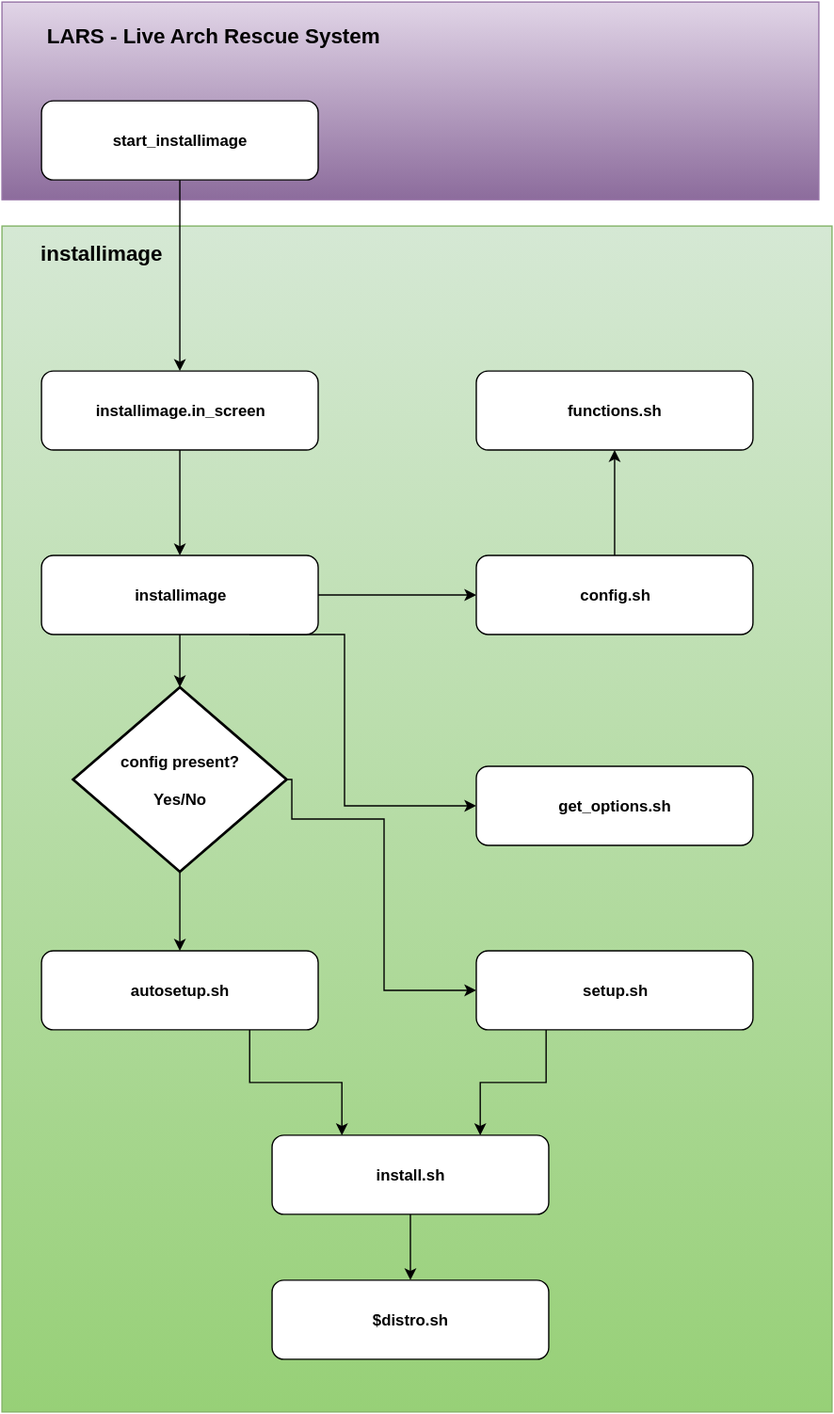
virtapi/installimage keeps this draw.io diagram as installimage-workflow.svg. Above is the earlier version. Source tidied: cells renumbered, new cells last; positions are measured from the earlier drawing's top-left corner, leaving out a move shared by most shapes.
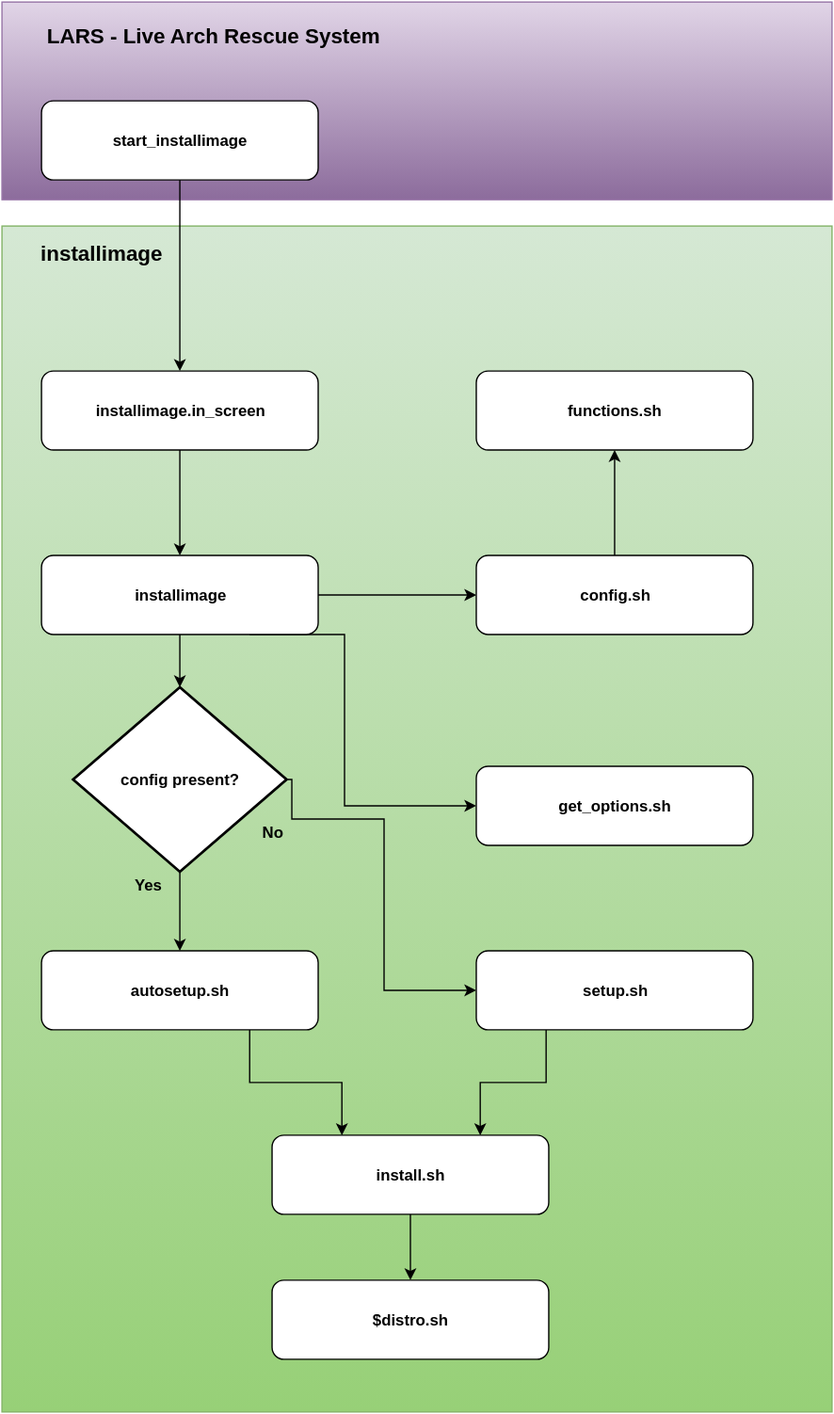
The same file after the commit.

Commit message:
adjust width

Diff of the diagram source:
```diff
@@ -3,7 +3,7 @@
     <mxCell id="0" />
     <mxCell id="1" parent="0" />
     <mxCell id="2" style="whiteSpace=wrap;html=1;plain-purple;" parent="1" vertex="1">
-      <mxGeometry width="620" height="150" as="geometry" />
+      <mxGeometry width="630" height="150" as="geometry" />
     </mxCell>
     <mxCell id="3" value="&lt;b&gt;&lt;font style=&quot;font-size: 16px&quot;&gt;LARS - Live Arch Rescue System&lt;/font&gt;&lt;/b&gt;" style="text;html=1;strokeColor=none;fillColor=none;align=center;verticalAlign=middle;whiteSpace=wrap;overflow=hidden;" parent="1" vertex="1">
       <mxGeometry width="320" height="50" as="geometry" />
@@ -70,7 +70,7 @@
     <mxCell id="20" style="edgeStyle=orthogonalEdgeStyle;rounded=0;html=1;exitX=0.5;exitY=1;exitPerimeter=0;entryX=0.5;entryY=0;jettySize=auto;" parent="1" edge="1" source="21" target="23">
       <mxGeometry relative="1" as="geometry" />
     </mxCell>
-    <mxCell id="21" value="&lt;b&gt;config present?&lt;/b&gt;&lt;div&gt;&lt;b&gt;&lt;br&gt;&lt;/b&gt;&lt;/div&gt;&lt;div&gt;&lt;b style=&quot;line-height: 1.2&quot;&gt;Yes/No&lt;/b&gt;&lt;br&gt;&lt;/div&gt;" style="strokeWidth=2;html=1;shape=mxgraph.flowchart.decision;whiteSpace=wrap;" parent="1" vertex="1">
+    <mxCell id="21" value="&lt;b&gt;config present?&lt;/b&gt;" style="strokeWidth=2;html=1;shape=mxgraph.flowchart.decision;whiteSpace=wrap;" parent="1" vertex="1">
       <mxGeometry x="54" y="520" width="162" height="140" as="geometry" />
     </mxCell>
     <mxCell id="22" style="edgeStyle=orthogonalEdgeStyle;rounded=0;html=1;exitX=0.75;exitY=1;entryX=0.25;entryY=0;jettySize=auto;" parent="1" edge="1" source="23" target="25">
@@ -91,5 +91,11 @@
     <mxCell id="27" style="edgeStyle=orthogonalEdgeStyle;rounded=0;html=1;exitX=0.5;exitY=1;entryX=0.5;entryY=0;jettySize=auto;" parent="1" edge="1" source="4" target="7">
       <mxGeometry relative="1" as="geometry" />
     </mxCell>
+    <mxCell id="28" value="&lt;b&gt;Yes&lt;/b&gt;" style="text;html=1;strokeColor=none;fillColor=none;align=center;verticalAlign=middle;whiteSpace=wrap;overflow=hidden;" parent="1" vertex="1">
+      <mxGeometry x="90" y="660" width="40" height="20" as="geometry" />
+    </mxCell>
+    <mxCell id="29" value="&lt;b&gt;No&lt;/b&gt;" style="text;html=1;strokeColor=none;fillColor=none;align=center;verticalAlign=middle;whiteSpace=wrap;overflow=hidden;" parent="1" vertex="1">
+      <mxGeometry x="185" y="620" width="40" height="20" as="geometry" />
+    </mxCell>
   </root>
 </mxGraphModel>
```
